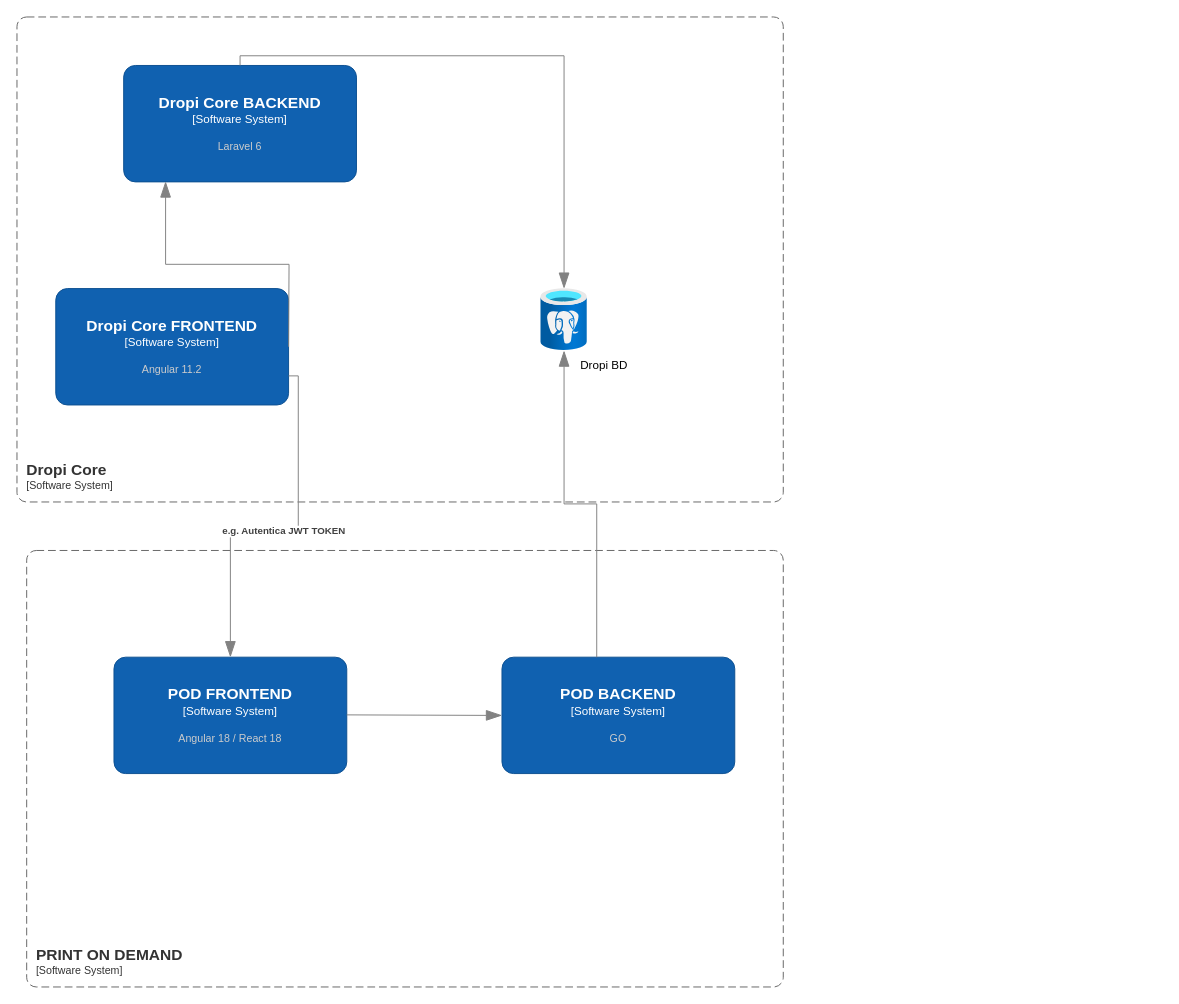
Before: page "CONTENEDORES" (5 of 7) of diagrams/MER-pod.drawio in jhaineymilevis/pod, a draw.io diagram. Source tidied: cells renumbered, new cells numbered last; positions are measured from the earlier drawing's top-left corner, leaving out a move shared by most shapes. Both pictures are drawn from the tidied source at 97%, with x=0, y=0 at pixel (16, 16).
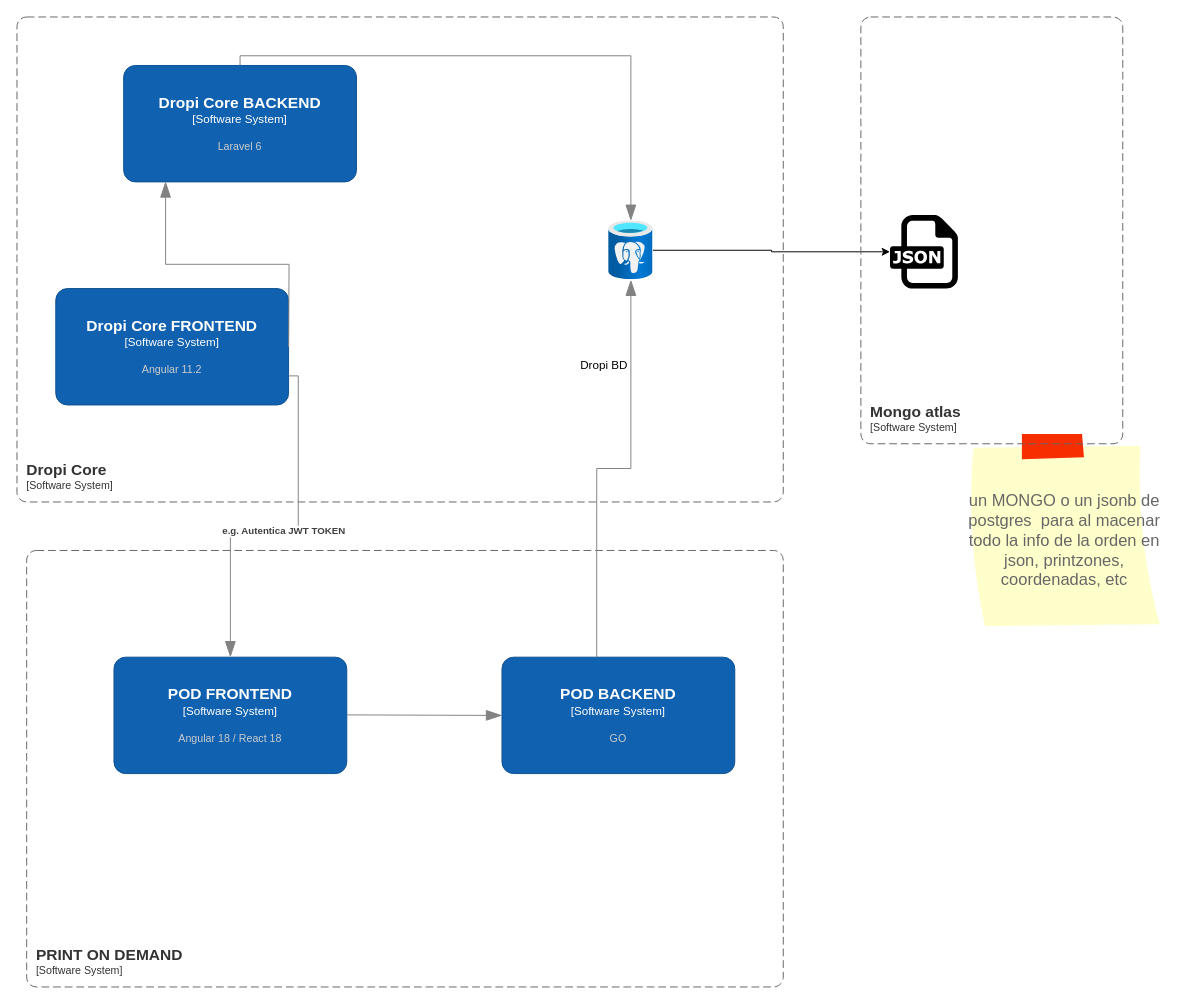
Above is the later version.

What changed in the source:
```diff
@@
+    <mxCell id="15" style="edgeStyle=orthogonalEdgeStyle;rounded=0;jettySize=auto;html=1;" parent="1" edge="1" source="13" target="17">
+      <mxGeometry relative="1" as="geometry" />
+    </mxCell>
     <mxCell id="13" style="image;html=1;points=[];align=center;fontSize=12;image=img/lib/azure2/databases/Azure_Database_PostgreSQL_Server.svg;" parent="1" vertex="1">
-      <mxGeometry x="540" y="280" width="48" height="64" as="geometry" />
+      <mxGeometry x="610" y="210" width="45.7" height="61" as="geometry" />
     </mxCell>
@@
+    <mxCell id="16" value="&lt;br&gt;un MONGO o un jsonb de postgres&amp;nbsp; para al macenar todo la info de la orden en json, printzones, coordenadas, etc" style="strokeWidth=1;shadow=0;dashed=0;align=center;html=1;shape=mxgraph.mockup.text.stickyNote2;fontColor=#666666;mainText=;fontSize=17;whiteSpace=wrap;fillColor=#ffffcc;strokeColor=#F62E00;" parent="1" vertex="1">
+      <mxGeometry x="980" y="430" width="200" height="200" as="geometry" />
+    </mxCell>
+    <mxCell id="17" style="dashed=0;outlineConnect=0;html=1;align=center;labelPosition=center;verticalLabelPosition=bottom;verticalAlign=top;shape=mxgraph.weblogos.json;" parent="1" vertex="1">
+      <mxGeometry x="900" y="204.2" width="70" height="75.8" as="geometry" />
+    </mxCell>
+    <object id="18" label="&lt;font style=&quot;font-size: 16px&quot;&gt;&lt;b&gt;&lt;div style=&quot;text-align: left&quot;&gt;%c4Name%&lt;/div&gt;&lt;/b&gt;&lt;/font&gt;&lt;div style=&quot;text-align: left&quot;&gt;[%c4Application%]&lt;/div&gt;" c4Application="Software System" c4Name="Mongo atlas" placeholders="1">
+      <mxCell style="rounded=1;fontSize=11;whiteSpace=wrap;html=1;dashed=1;arcSize=20;fillColor=none;strokeColor=#666666;fontColor=#333333;labelBackgroundColor=none;align=left;verticalAlign=bottom;labelBorderColor=none;spacingTop=0;spacing=10;dashPattern=8 4;perimeter=rectanglePerimeter;noLabel=0;labelPadding=0;absoluteArcSize=1;" parent="1" vertex="1">
+        <mxGeometry x="870" width="270" height="440" as="geometry" />
+      </mxCell>
+    </object>
```
